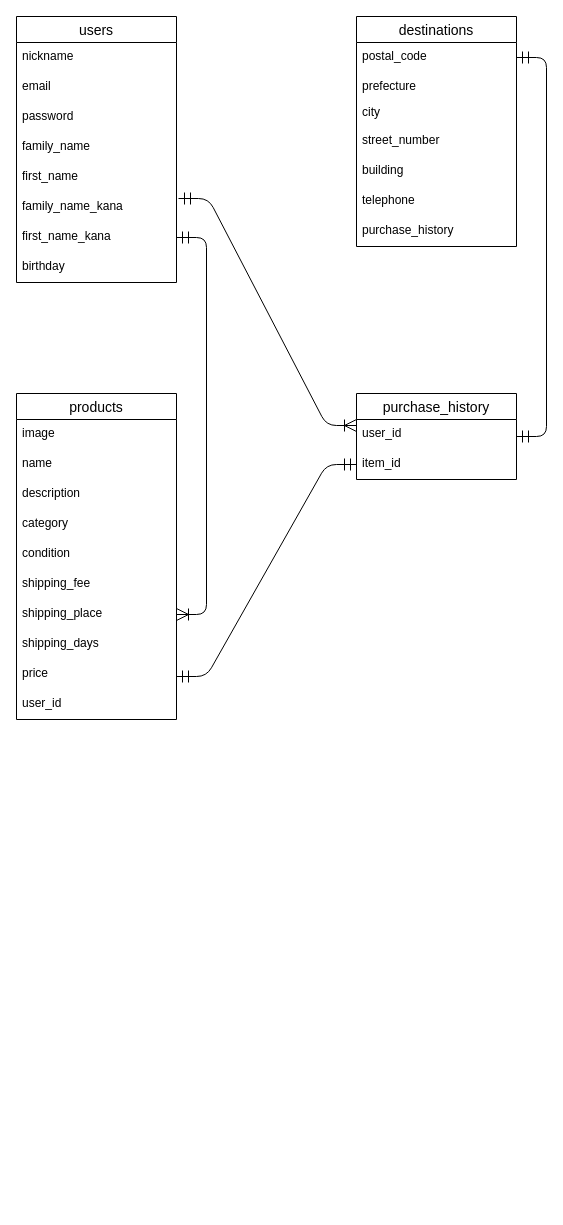
Earlier version of the draw.io diagram test.dio (mayu-torii/furima-35418). Source tidied: cells renumbered, new cells numbered last; positions are measured from the earlier drawing's top-left corner, leaving out a move shared by most shapes. Both pictures are drawn from the tidied source at 100%, with x=0, y=0 at pixel (16, 16).
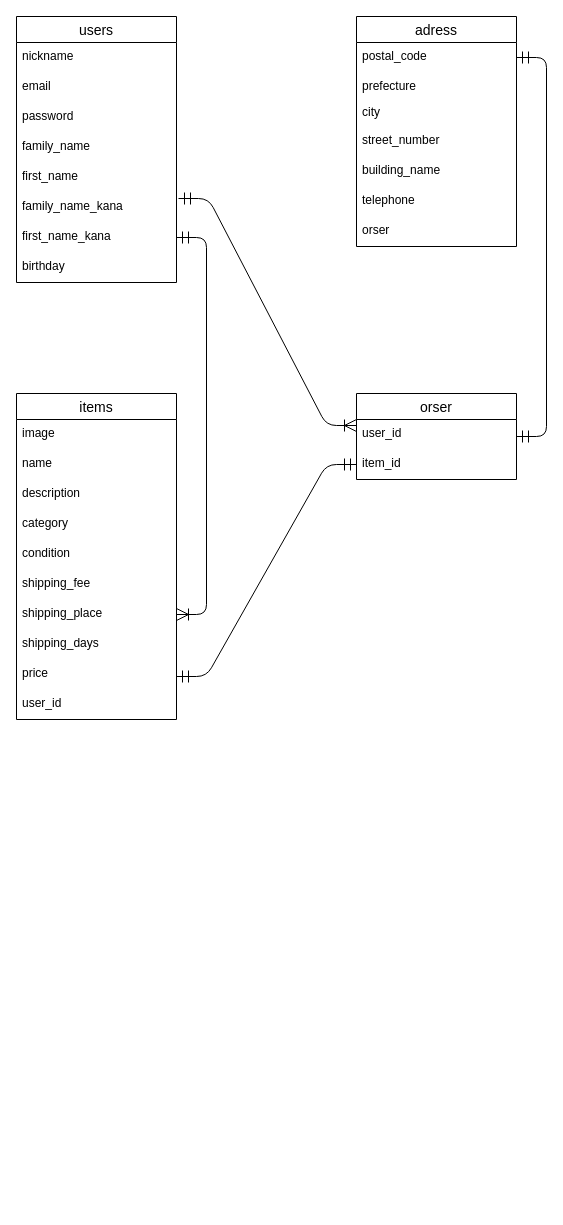
The same diagram, later.

Diff of the diagram source:
```diff
@@
-    <mxCell id="2" value="products" style="swimlane;fontStyle=0;horizontal=1;startSize=26;align=center;fontSize=14;" parent="1" vertex="1">
+    <mxCell id="2" value="items" style="swimlane;fontStyle=0;horizontal=1;startSize=26;align=center;fontSize=14;" parent="1" vertex="1">
       <mxGeometry y="377" width="160" height="326" as="geometry" />
     </mxCell>
@@
-    <mxCell id="14" value="destinations" style="swimlane;fontStyle=0;horizontal=1;startSize=26;align=center;fontSize=14;" parent="1" vertex="1">
+    <mxCell id="14" value="adress" style="swimlane;fontStyle=0;horizontal=1;startSize=26;align=center;fontSize=14;" parent="1" vertex="1">
       <mxGeometry x="340" width="160" height="230" as="geometry" />
     </mxCell>
@@
-    <mxCell id="19" value="building" style="text;strokeColor=none;fillColor=none;spacingLeft=4;spacingRight=4;overflow=hidden;fontSize=12;" parent="14" vertex="1">
+    <mxCell id="19" value="building_name" style="text;strokeColor=none;fillColor=none;spacingLeft=4;spacingRight=4;overflow=hidden;fontSize=12;" parent="14" vertex="1">
       <mxGeometry y="140" width="160" height="30" as="geometry" />
     </mxCell>
@@
-    <mxCell id="21" value="purchase_history" style="text;strokeColor=none;fillColor=none;spacingLeft=4;spacingRight=4;overflow=hidden;fontSize=12;" parent="14" vertex="1">
+    <mxCell id="21" value="orser" style="text;strokeColor=none;fillColor=none;spacingLeft=4;spacingRight=4;overflow=hidden;fontSize=12;" parent="14" vertex="1">
       <mxGeometry y="200" width="160" height="30" as="geometry" />
     </mxCell>
@@
-    <mxCell id="34" value="purchase_history" style="swimlane;fontStyle=0;horizontal=1;startSize=26;align=center;fontSize=14;" parent="1" vertex="1">
+    <mxCell id="34" value="orser" style="swimlane;fontStyle=0;horizontal=1;startSize=26;align=center;fontSize=14;" parent="1" vertex="1">
       <mxGeometry x="340" y="377" width="160" height="86" as="geometry" />
     </mxCell>
```
